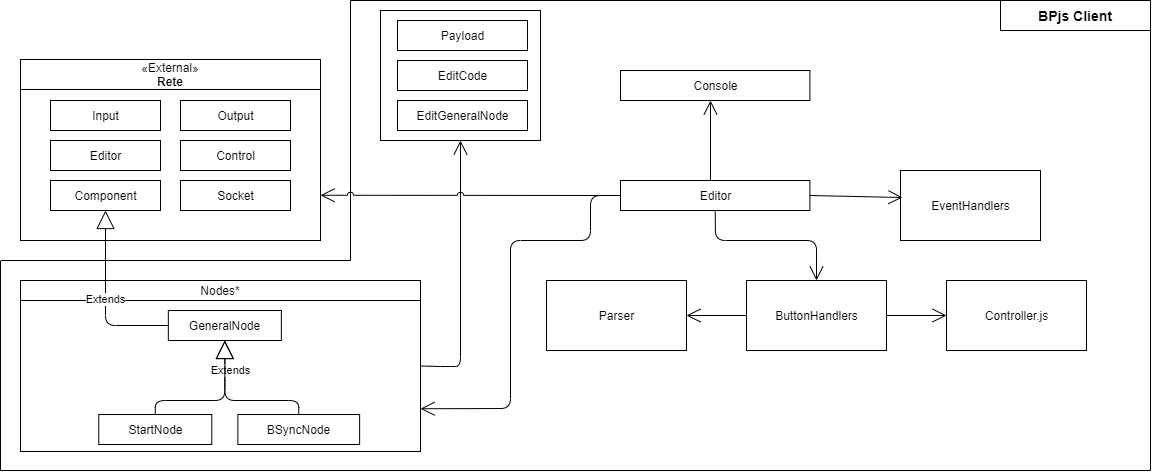
shirmarko/bpFlowApp keeps this draw.io diagram as documentation/Client Class Diagram.png. Above is the earlier version. Source tidied: cells renumbered, new cells last; positions are measured from the earlier drawing's top-left corner, leaving out a move shared by most shapes.
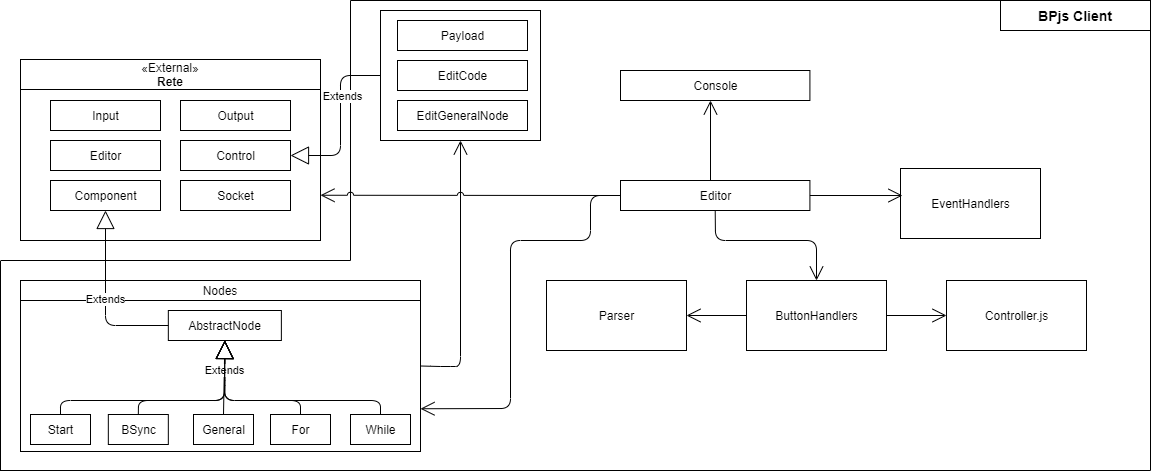
After the commit.

Change to the diagram source:
```diff
@@ -17,36 +17,65 @@
     <mxCell id="6" style="rounded=0;whiteSpace=wrap;html=1;" parent="5" vertex="1">
       <mxGeometry width="400" height="171" as="geometry" />
     </mxCell>
-    <mxCell id="7" value="StartNode" style="html=1;" parent="5" vertex="1">
-      <mxGeometry x="78.3" y="134" width="113" height="30" as="geometry" />
-    </mxCell>
-    <mxCell id="8" value="BSyncNode" style="html=1;" parent="5" vertex="1">
-      <mxGeometry x="217.4" y="134" width="121.7" height="30" as="geometry" />
+    <mxCell id="8" value="BSync" style="html=1;" parent="5" vertex="1">
+      <mxGeometry x="87.8" y="134" width="60" height="30" as="geometry" />
     </mxCell>
-    <mxCell id="9" value="GeneralNode" style="html=1;" parent="5" vertex="1">
+    <mxCell id="9" value="AbstractNode" style="html=1;" parent="5" vertex="1">
       <mxGeometry x="147.8" y="30" width="113" height="30" as="geometry" />
     </mxCell>
+    <mxCell id="11" value="Nodes" style="rounded=0;whiteSpace=wrap;html=1;" parent="5" vertex="1">
+      <mxGeometry width="400" height="20" as="geometry" />
+    </mxCell>
+    <mxCell id="46" value="General" style="html=1;" parent="5" vertex="1">
+      <mxGeometry x="173" y="134" width="60" height="30" as="geometry" />
+    </mxCell>
+    <mxCell id="47" value="Start" style="html=1;" parent="5" vertex="1">
+      <mxGeometry x="10" y="134" width="60" height="30" as="geometry" />
+    </mxCell>
+    <mxCell id="48" value="For" style="html=1;" parent="5" vertex="1">
+      <mxGeometry x="250" y="134" width="60" height="30" as="geometry" />
+    </mxCell>
+    <mxCell id="49" value="While" style="html=1;" parent="5" vertex="1">
+      <mxGeometry x="330" y="134" width="60" height="30" as="geometry" />
+    </mxCell>
+    <mxCell id="12" style="endArrow=block;endFill=0;endSize=16;html=1;exitX=0.5;exitY=0;exitDx=0;exitDy=0;entryX=0.5;entryY=1;entryDx=0;entryDy=0;" parent="5" edge="1" source="8" target="9">
+      <mxGeometry relative="1" as="geometry">
+        <Array as="points">
+          <mxPoint x="118" y="120" />
+          <mxPoint x="204" y="120" />
+        </Array>
+      </mxGeometry>
+    </mxCell>
+    <mxCell id="50" style="endArrow=block;endFill=0;endSize=16;html=1;exitX=0.5;exitY=0;exitDx=0;exitDy=0;entryX=0.5;entryY=1;entryDx=0;entryDy=0;" parent="5" edge="1" source="46" target="9">
+      <mxGeometry relative="1" as="geometry" />
+    </mxCell>
-    <mxCell id="10" value="Extends" style="endArrow=block;endSize=16;endFill=0;html=1;entryX=0.5;entryY=1;entryDx=0;entryDy=0;exitX=0.5;exitY=0;exitDx=0;exitDy=0;" parent="5" edge="1" source="7" target="9">
+    <mxCell id="10" value="Extends" style="endArrow=block;endSize=16;endFill=0;html=1;entryX=0.5;entryY=1;entryDx=0;entryDy=0;exitX=0.5;exitY=0;exitDx=0;exitDy=0;" parent="5" edge="1" target="9">
       <mxGeometry as="geometry">
+        <mxPoint x="40" y="134" as="sourcePoint" />
         <Array as="points">
-          <mxPoint x="134.8" y="120" />
+          <mxPoint x="40" y="120" />
           <mxPoint x="204.3" y="120" />
           <mxPoint x="204.3" y="100" />
         </Array>
-        <mxPoint x="40" y="-7" as="offset" />
+        <mxPoint x="82" y="-7" as="offset" />
       </mxGeometry>
     </mxCell>
-    <mxCell id="11" value="Nodes*" style="rounded=0;whiteSpace=wrap;html=1;" parent="5" vertex="1">
-      <mxGeometry width="400" height="20" as="geometry" />
-    </mxCell>
-    <mxCell id="12" style="endArrow=block;endSize=16;endFill=0;html=1;entryX=0.5;entryY=1;entryDx=0;entryDy=0;exitX=0.5;exitY=0;exitDx=0;exitDy=0;" parent="5" edge="1" source="8" target="9">
-      <mxGeometry x="0.38" y="160" relative="1" as="geometry">
-        <Array as="points">
-          <mxPoint x="278.3" y="120" />
-          <mxPoint x="204.3" y="120" />
-        </Array>
-      </mxGeometry>
-    </mxCell>
+    <mxCell id="51" style="endArrow=block;endFill=0;endSize=16;html=1;exitX=0.5;exitY=0;exitDx=0;exitDy=0;entryX=0.5;entryY=1;entryDx=0;entryDy=0;" parent="5" edge="1" source="48" target="9">
+      <mxGeometry relative="1" as="geometry">
+        <Array as="points">
+          <mxPoint x="280" y="120" />
+          <mxPoint x="204" y="120" />
+        </Array>
+      </mxGeometry>
+    </mxCell>
+    <mxCell id="52" style="endArrow=block;endFill=0;endSize=16;html=1;exitX=0.5;exitY=0;exitDx=0;exitDy=0;entryX=0.5;entryY=1;entryDx=0;entryDy=0;" parent="5" edge="1" source="49" target="9">
+      <mxGeometry relative="1" as="geometry">
+        <Array as="points">
+          <mxPoint x="360" y="120" />
+          <mxPoint x="204" y="120" />
+        </Array>
+      </mxGeometry>
+    </mxCell>
     <mxCell id="13" style="rounded=0;whiteSpace=wrap;html=1;" parent="1" vertex="1">
       <mxGeometry x="20" y="59" width="300" height="181" as="geometry" />
     </mxCell>
@@ -116,7 +145,7 @@
       <mxGeometry x="620" y="180" width="189.4" height="30" as="geometry" />
     </mxCell>
     <mxCell id="30" value="EventHandlers" style="html=1;" parent="1" vertex="1">
-      <mxGeometry x="900" y="170" width="140" height="70" as="geometry" />
+      <mxGeometry x="900" y="168" width="140" height="70" as="geometry" />
     </mxCell>
     <mxCell id="31" value="ButtonHandlers" style="html=1;" parent="1" vertex="1">
       <mxGeometry x="746" y="280" width="140" height="70" as="geometry" />
@@ -186,5 +215,16 @@
         <mxPoint x="1150" y="470" as="targetPoint" />
       </mxGeometry>
     </mxCell>
+    <mxCell id="53" style="endArrow=block;endFill=0;endSize=16;html=1;exitX=0;exitY=0.5;exitDx=0;exitDy=0;entryX=1;entryY=0.5;entryDx=0;entryDy=0;" parent="1" edge="1" source="40" target="19">
+      <mxGeometry relative="1" as="geometry">
+        <Array as="points">
+          <mxPoint x="340" y="75" />
+          <mxPoint x="340" y="155" />
+        </Array>
+      </mxGeometry>
+    </mxCell>
+    <mxCell id="54" value="Extends" style="edgeLabel;html=1;align=center;verticalAlign=middle;" parent="53" vertex="1">
+      <mxGeometry x="-0.29" y="1" relative="1" as="geometry" />
+    </mxCell>
   </root>
 </mxGraphModel>
```
